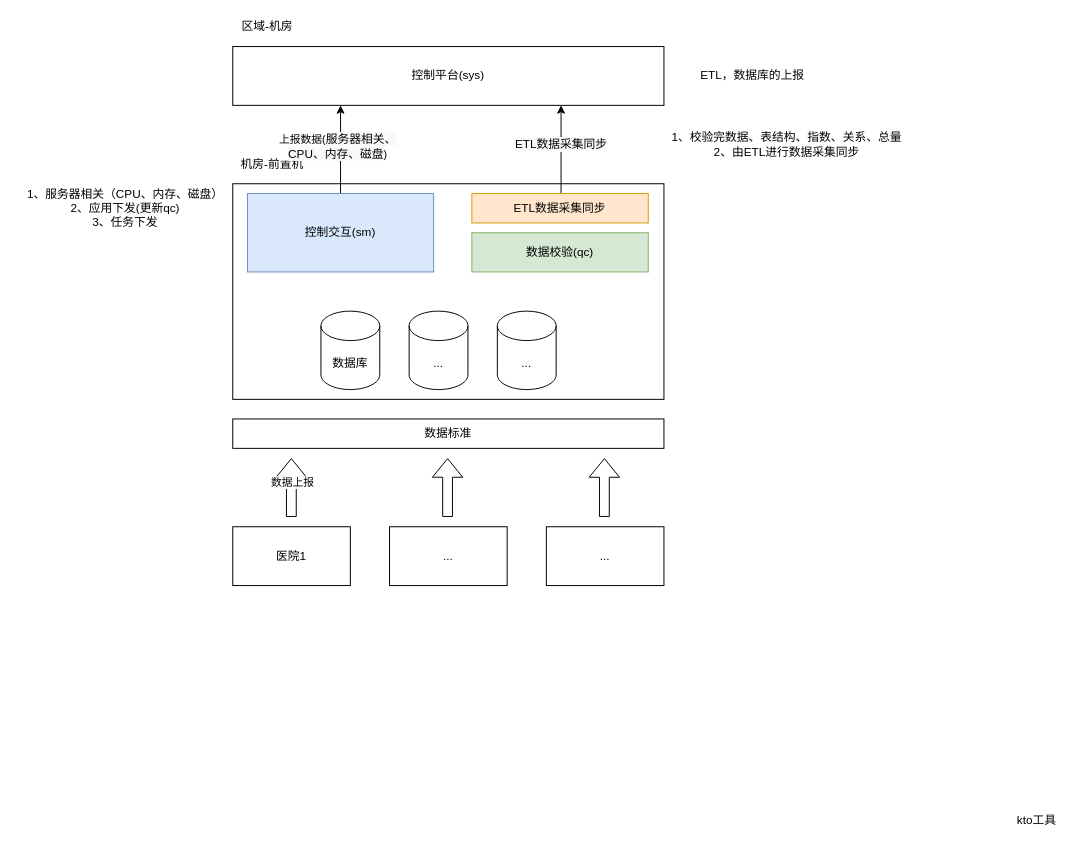
Earlier version of the draw.io diagram rongda-dep/rongda-dep.drawio (cherishsince/diagrams.net). Source tidied: cells renumbered, new cells numbered last; positions are measured from the earlier drawing's top-left corner, leaving out a move shared by most shapes. Both pictures are drawn from the tidied source at 98%, with x=0, y=0 at pixel (17, 17).
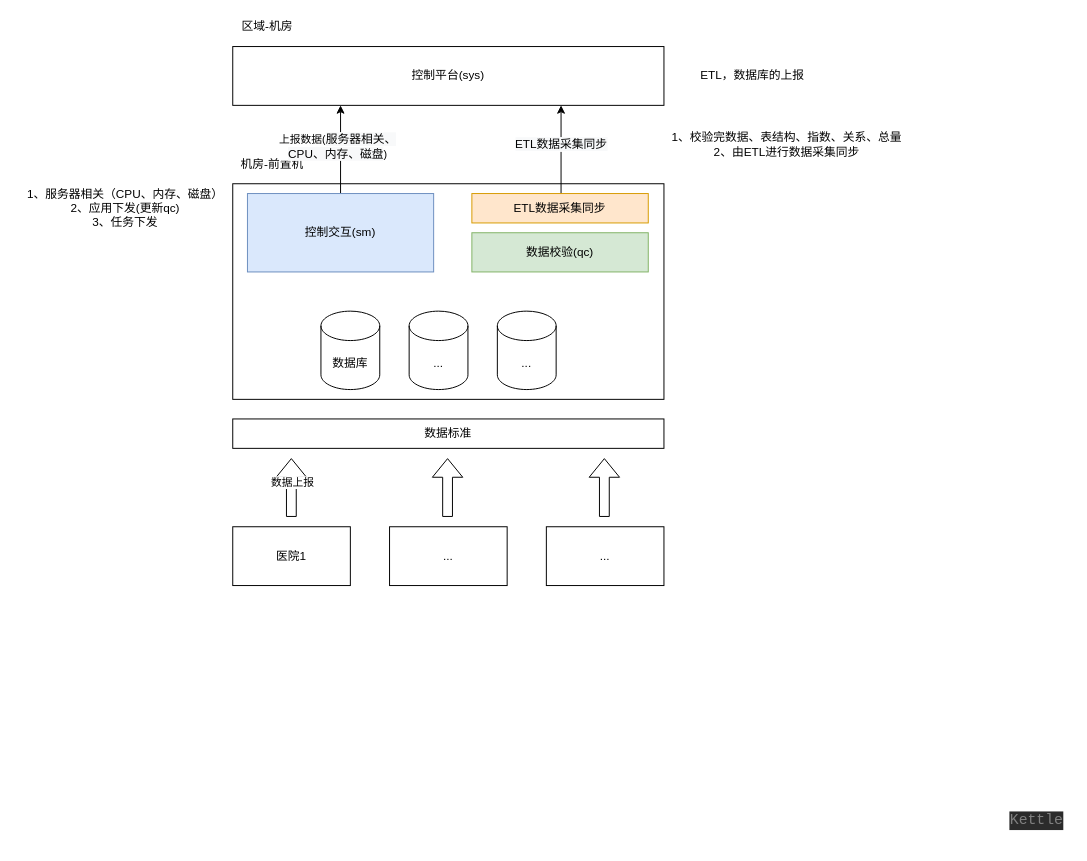
After the change.

What changed in the source:
```diff
@@
-    <mxCell id="27" value="kto工具" style="text;html=1;align=center;verticalAlign=middle;" parent="1" vertex="1">
-      <mxGeometry x="1010" y="810" width="60" height="20" as="geometry" />
+    <mxCell id="27" value="&lt;pre style=&quot;background-color: #2b2b2b ; color: #a9b7c6 ; font-family: &amp;#34;jetbrains mono&amp;#34; , monospace ; font-size: 11.3pt&quot;&gt;&lt;span style=&quot;color: #808080&quot;&gt;Kettle&lt;/span&gt;&lt;/pre&gt;" style="text;html=1;align=center;verticalAlign=middle;" parent="1" vertex="1">
+      <mxGeometry x="1005" y="795" width="70" height="50" as="geometry" />
     </mxCell>
```
